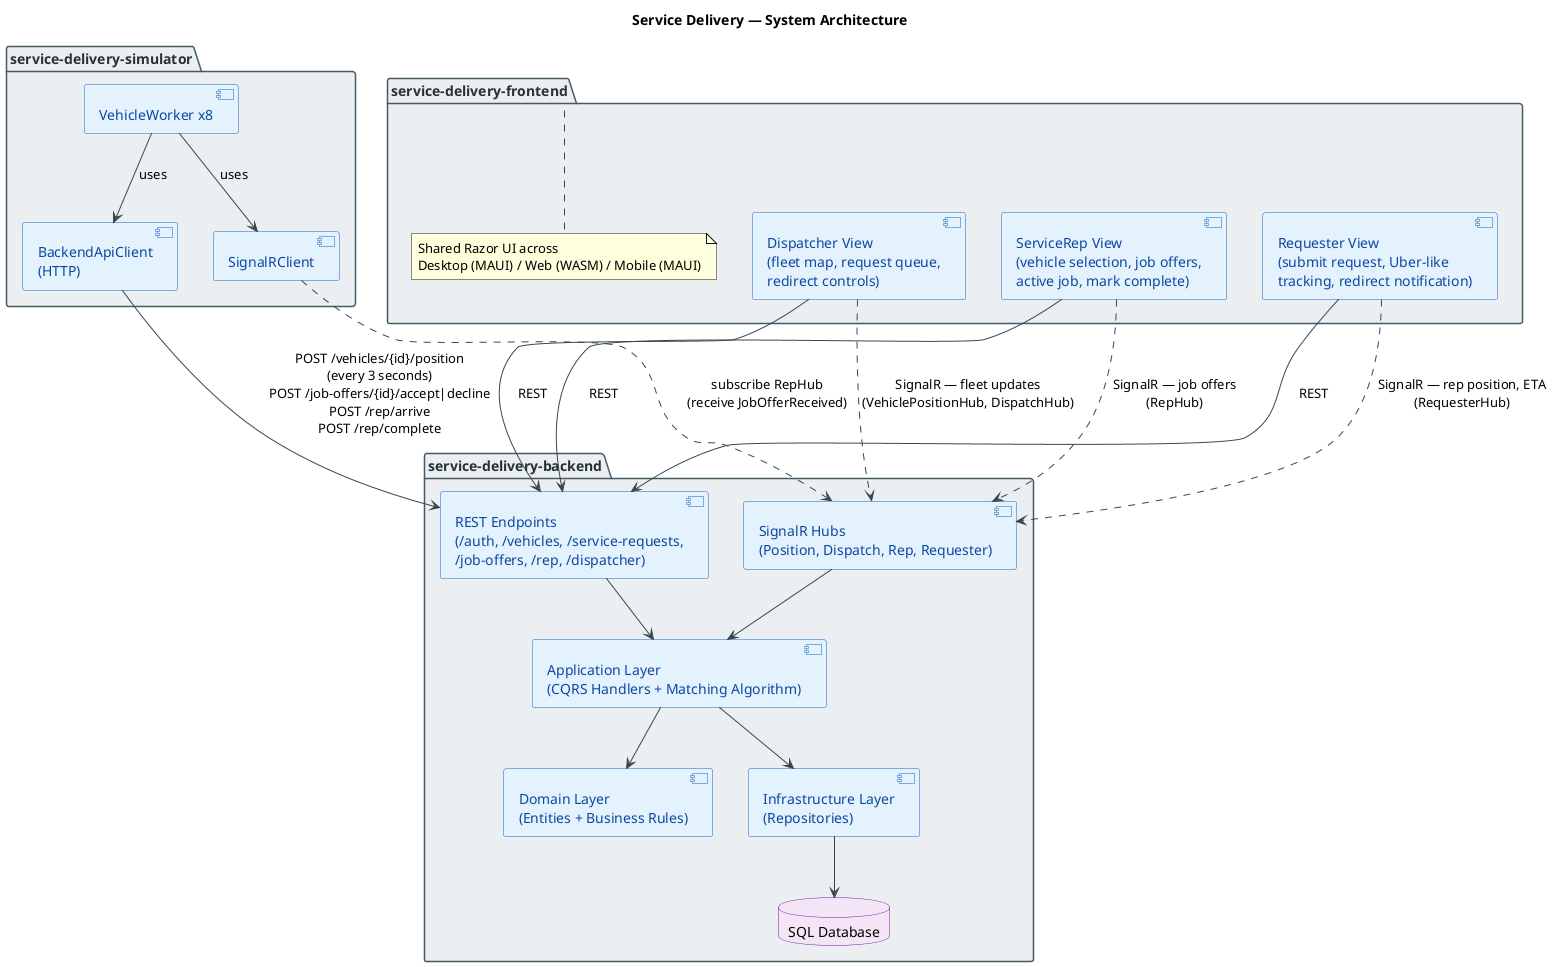
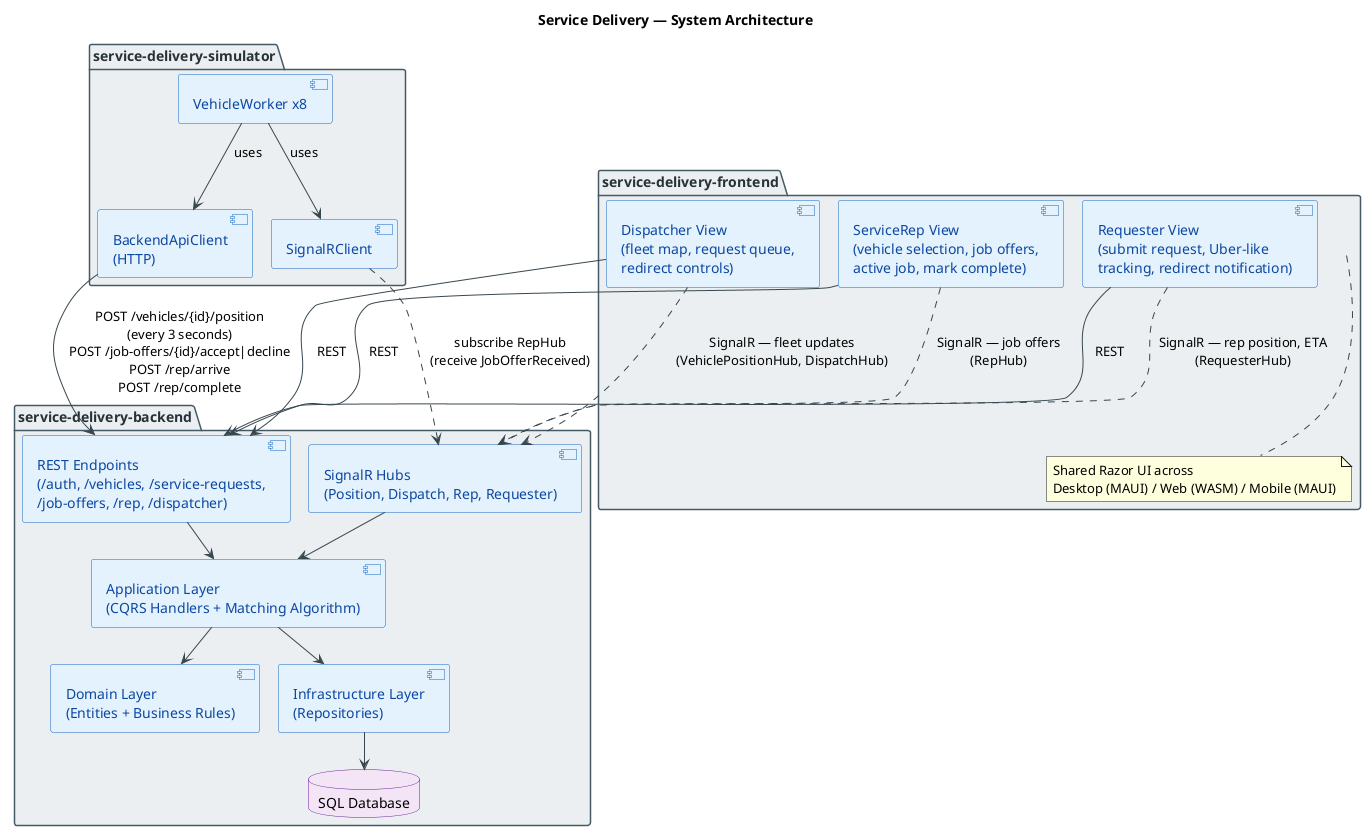
@startuml system-architecture
+ !pragma layout smetana
title Service Delivery — System Architecture

skinparam package {
    BorderColor #455A64
    BackgroundColor #ECEFF1
    FontColor #263238
    FontStyle bold
}
skinparam component {
    BackgroundColor #E3F2FD
    BorderColor #1565C0
    FontColor #0D47A1
}
skinparam database {
    BackgroundColor #F3E5F5
    BorderColor #6A1B9A
}
skinparam arrow {
    Color #37474F
}

package "service-delivery-simulator" as SimPkg {
    component "VehicleWorker x8" as Workers
    component "BackendApiClient\n(HTTP)" as ApiClient
    component "SignalRClient" as SimSignalR
    Workers --> ApiClient : uses
    Workers --> SimSignalR : uses
}

package "service-delivery-backend" as BackendPkg {
    component "REST Endpoints\n(/auth, /vehicles, /service-requests,\n/job-offers, /rep, /dispatcher)" as REST
    component "SignalR Hubs\n(Position, Dispatch, Rep, Requester)" as Hubs
    component "Application Layer\n(CQRS Handlers + Matching Algorithm)" as App
    component "Domain Layer\n(Entities + Business Rules)" as Domain
    component "Infrastructure Layer\n(Repositories)" as Infra
    database "SQL Database" as DB

    REST --> App
    Hubs --> App
    App --> Domain
    App --> Infra
    Infra --> DB
}

package "service-delivery-frontend" as FEPkg {
    component "Dispatcher View\n(fleet map, request queue,\nredirect controls)" as DispView
    component "ServiceRep View\n(vehicle selection, job offers,\nactive job, mark complete)" as RepView
    component "Requester View\n(submit request, Uber-like\ntracking, redirect notification)" as ReqView
    note bottom of FEPkg
      Shared Razor UI across
      Desktop (MAUI) / Web (WASM) / Mobile (MAUI)
    end note
}

' Simulator → Backend (REST)
ApiClient --> REST : POST /vehicles/{id}/position\n(every 3 seconds)\nPOST /job-offers/{id}/accept|decline\nPOST /rep/arrive\nPOST /rep/complete
SimSignalR ..> Hubs : subscribe RepHub\n(receive JobOfferReceived)

' Frontend → Backend (REST + SignalR)
DispView --> REST : REST
RepView --> REST : REST
ReqView --> REST : REST

DispView ..> Hubs : SignalR — fleet updates\n(VehiclePositionHub, DispatchHub)
RepView ..> Hubs : SignalR — job offers\n(RepHub)
ReqView ..> Hubs : SignalR — rep position, ETA\n(RequesterHub)

@enduml
